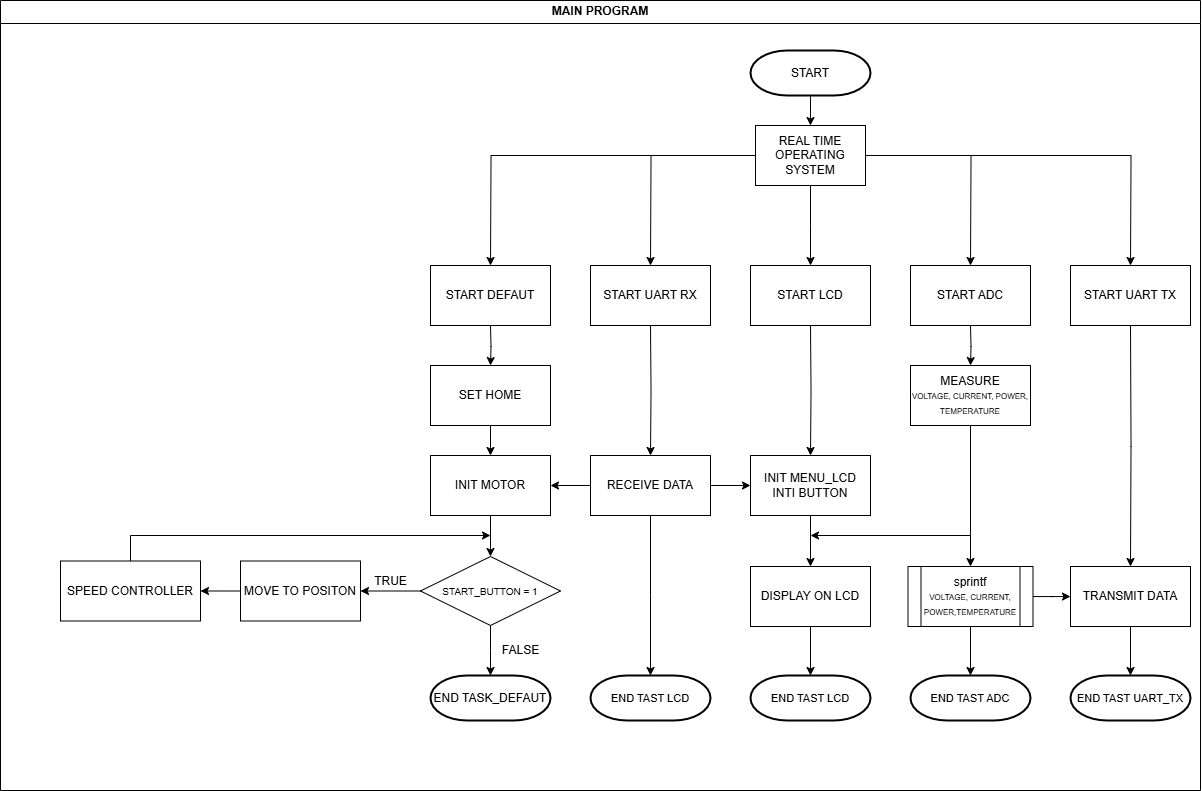
Quynguyen34/CNC-Drill-Graduation-Project keeps this draw.io diagram as FLOWCHART-VIE/FLOWCHART-MAIN-PROGRAM.png. Above is the earlier version. Source tidied: cells renumbered, new cells last; positions are measured from the earlier drawing's top-left corner, leaving out a move shared by most shapes.
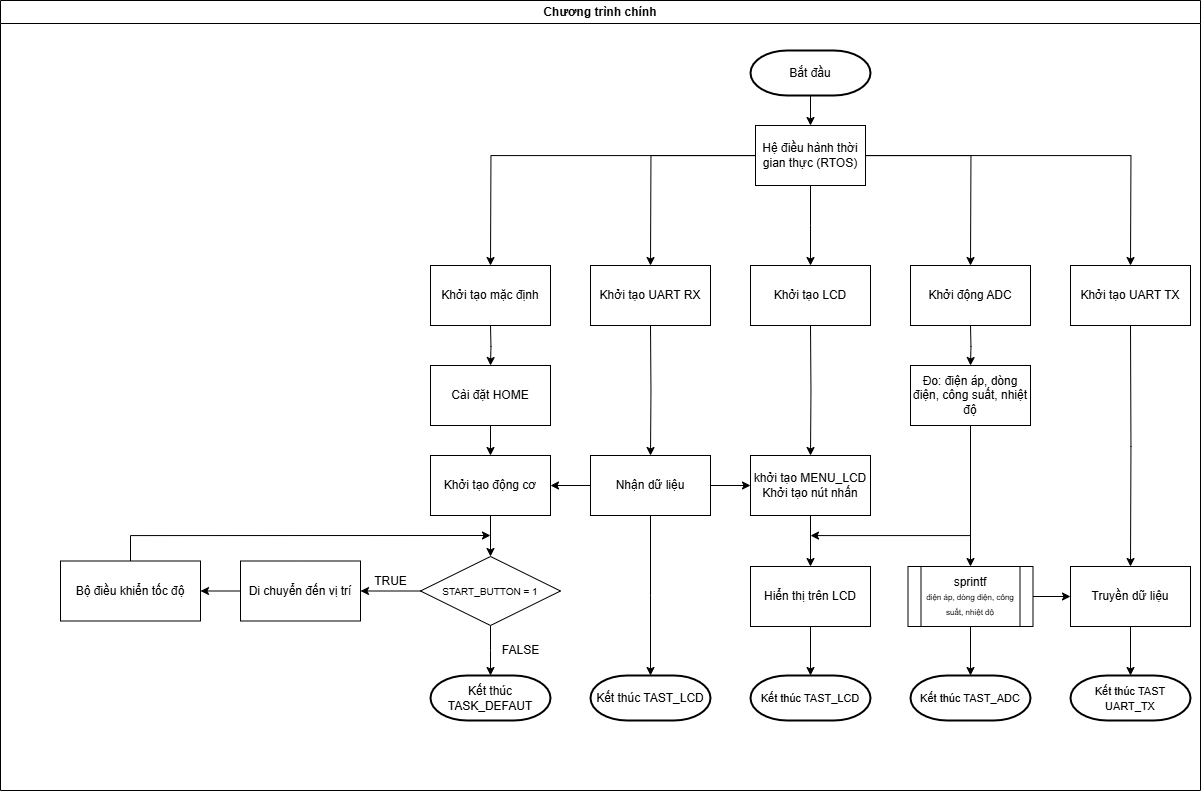
The same diagram one commit later.

Change to the diagram source:
```diff
@@ -16,13 +16,13 @@
     <mxCell id="4" style="edgeStyle=orthogonalEdgeStyle;rounded=0;jettySize=auto;html=1;" parent="1" edge="1" source="5" target="7">
       <mxGeometry relative="1" as="geometry" />
     </mxCell>
-    <mxCell id="5" value="SET HOME" style="rounded=0;whiteSpace=wrap;html=1;" parent="1" vertex="1">
+    <mxCell id="5" value="Cài đặt HOME" style="rounded=0;whiteSpace=wrap;html=1;" parent="1" vertex="1">
       <mxGeometry x="430" y="365" width="120" height="60" as="geometry" />
     </mxCell>
     <mxCell id="6" style="edgeStyle=orthogonalEdgeStyle;rounded=0;jettySize=auto;html=1;" parent="1" edge="1" source="7" target="10">
       <mxGeometry relative="1" as="geometry" />
     </mxCell>
-    <mxCell id="7" value="INIT MOTOR" style="rounded=0;whiteSpace=wrap;html=1;" parent="1" vertex="1">
+    <mxCell id="7" value="Khởi tạo động cơ" style="rounded=0;whiteSpace=wrap;html=1;" parent="1" vertex="1">
       <mxGeometry x="430" y="455" width="120" height="60" as="geometry" />
     </mxCell>
     <mxCell id="8" style="edgeStyle=orthogonalEdgeStyle;rounded=0;jettySize=auto;html=1;" parent="1" edge="1" source="10" target="13">
@@ -47,7 +47,7 @@
     <mxCell id="12" style="edgeStyle=orthogonalEdgeStyle;rounded=0;jettySize=auto;html=1;" parent="1" edge="1" source="13" target="16">
       <mxGeometry relative="1" as="geometry" />
     </mxCell>
-    <mxCell id="13" value="MOVE TO POSITON" style="rounded=0;whiteSpace=wrap;html=1;" parent="1" vertex="1">
+    <mxCell id="13" value="Di chuyển đến vị trí" style="rounded=0;whiteSpace=wrap;html=1;" parent="1" vertex="1">
       <mxGeometry x="240" y="560.5" width="120" height="60" as="geometry" />
     </mxCell>
     <mxCell id="14" value="TRUE" style="text;html=1;align=center;verticalAlign=middle;strokeColor=none;fillColor=none;" parent="1" vertex="1">
@@ -56,7 +56,7 @@
     <mxCell id="15" value="FALSE" style="text;html=1;align=center;verticalAlign=middle;strokeColor=none;fillColor=none;" parent="1" vertex="1">
       <mxGeometry x="490" y="635" width="60" height="30" as="geometry" />
     </mxCell>
-    <mxCell id="16" value="SPEED CONTROLLER" style="rounded=0;whiteSpace=wrap;html=1;" parent="1" vertex="1">
+    <mxCell id="16" value="Bộ điều khiển tốc độ" style="rounded=0;whiteSpace=wrap;html=1;" parent="1" vertex="1">
       <mxGeometry x="60" y="560.5" width="140" height="60" as="geometry" />
     </mxCell>
     <mxCell id="17" style="edgeStyle=orthogonalEdgeStyle;rounded=0;jettySize=auto;html=1;exitX=0.5;exitY=1;exitDx=0;exitDy=0;" parent="1" edge="1" source="30">
@@ -84,7 +84,7 @@
     <mxCell id="21" style="edgeStyle=orthogonalEdgeStyle;rounded=0;jettySize=auto;html=1;" parent="1" edge="1" source="22" target="25">
       <mxGeometry relative="1" as="geometry" />
     </mxCell>
-    <mxCell id="22" value="RECEIVE DATA" style="rounded=0;whiteSpace=wrap;html=1;" parent="1" vertex="1">
+    <mxCell id="22" value="Nhận dữ liệu" style="rounded=0;whiteSpace=wrap;html=1;" parent="1" vertex="1">
       <mxGeometry x="590" y="455" width="120" height="60" as="geometry" />
     </mxCell>
     <mxCell id="23" style="edgeStyle=orthogonalEdgeStyle;rounded=0;jettySize=auto;html=1;" parent="1" edge="1" target="25">
@@ -95,7 +95,7 @@
     <mxCell id="24" style="edgeStyle=orthogonalEdgeStyle;rounded=0;jettySize=auto;html=1;entryX=0.5;entryY=0;entryDx=0;entryDy=0;" parent="1" edge="1" source="25" target="27">
       <mxGeometry relative="1" as="geometry" />
     </mxCell>
-    <mxCell id="25" value="INIT MENU_LCD&lt;div&gt;INTI BUTTON&lt;/div&gt;" style="rounded=0;whiteSpace=wrap;html=1;direction=east;flipH=1;" parent="1" vertex="1">
+    <mxCell id="25" value="khởi tạo MENU_LCD&lt;div&gt;Khởi tạo nút nhấn&lt;/div&gt;" style="rounded=0;whiteSpace=wrap;html=1;direction=east;flipH=1;" parent="1" vertex="1">
       <mxGeometry x="750" y="455" width="120" height="60" as="geometry" />
     </mxCell>
     <mxCell id="26" style="edgeStyle=orthogonalEdgeStyle;rounded=0;jettySize=auto;html=1;" parent="1" edge="1" source="27">
@@ -103,7 +103,7 @@
         <mxPoint x="810" y="675" as="targetPoint" />
       </mxGeometry>
     </mxCell>
-    <mxCell id="27" value="DISPLAY ON LCD" style="rounded=0;whiteSpace=wrap;html=1;direction=east;flipH=1;" parent="1" vertex="1">
+    <mxCell id="27" value="Hiển thị trên LCD" style="rounded=0;whiteSpace=wrap;html=1;direction=east;flipH=1;" parent="1" vertex="1">
       <mxGeometry x="750" y="566" width="120" height="60" as="geometry" />
     </mxCell>
     <mxCell id="28" style="edgeStyle=orthogonalEdgeStyle;rounded=0;jettySize=auto;html=1;" parent="1" edge="1" target="30">
@@ -114,7 +114,7 @@
     <mxCell id="29" style="edgeStyle=orthogonalEdgeStyle;rounded=0;jettySize=auto;html=1;entryX=0.5;entryY=0;entryDx=0;entryDy=0;" parent="1" edge="1" source="30" target="33">
       <mxGeometry relative="1" as="geometry" />
     </mxCell>
-    <mxCell id="30" value="MEASURE&lt;div&gt;&lt;font style=&quot;font-size: 8px;&quot;&gt;VOLTAGE, CURRENT, POWER, TEMPERATURE&lt;/font&gt;&lt;/div&gt;" style="rounded=0;whiteSpace=wrap;html=1;direction=east;flipH=1;" parent="1" vertex="1">
+    <mxCell id="30" value="Đo: điện áp, dòng điện, công suất, nhiệt độ" style="rounded=0;whiteSpace=wrap;html=1;direction=east;flipH=1;" parent="1" vertex="1">
       <mxGeometry x="910" y="365" width="120" height="60" as="geometry" />
     </mxCell>
     <mxCell id="31" style="edgeStyle=orthogonalEdgeStyle;rounded=0;jettySize=auto;html=1;" parent="1" edge="1" source="33" target="36">
@@ -125,7 +125,7 @@
         <mxPoint x="970" y="675" as="targetPoint" />
       </mxGeometry>
     </mxCell>
-    <mxCell id="33" value="sprintf&lt;div&gt;&lt;font style=&quot;font-size: 8px;&quot;&gt;VOLTAGE, CURRENT, POWER,TEMPERATURE&lt;/font&gt;&lt;/div&gt;" style="shape=process;whiteSpace=wrap;html=1;backgroundOutline=1;direction=east;flipH=1;" parent="1" vertex="1">
+    <mxCell id="33" value="sprintf&lt;div&gt;&lt;span style=&quot;font-size: 8px;&quot;&gt;điện áp, dòng điện, công suất, nhiệt độ&lt;/span&gt;&lt;/div&gt;" style="shape=process;whiteSpace=wrap;html=1;backgroundOutline=1;direction=east;flipH=1;" parent="1" vertex="1">
       <mxGeometry x="907.5" y="566" width="125" height="60" as="geometry" />
     </mxCell>
     <mxCell id="34" style="edgeStyle=orthogonalEdgeStyle;rounded=0;jettySize=auto;html=1;" parent="1" edge="1" target="36">
@@ -138,46 +138,46 @@
         <mxPoint x="1130" y="675" as="targetPoint" />
       </mxGeometry>
     </mxCell>
-    <mxCell id="36" value="TRANSMIT DATA" style="rounded=0;whiteSpace=wrap;html=1;direction=east;flipH=1;" parent="1" vertex="1">
+    <mxCell id="36" value="Truyền dữ liệu" style="rounded=0;whiteSpace=wrap;html=1;direction=east;flipH=1;" parent="1" vertex="1">
       <mxGeometry x="1070" y="566" width="120" height="60" as="geometry" />
     </mxCell>
-    <mxCell id="37" value="MAIN PROGRAM" style="swimlane;whiteSpace=wrap;html=1;" parent="1" vertex="1">
+    <mxCell id="37" value="Chương trình chính" style="swimlane;whiteSpace=wrap;html=1;" parent="1" vertex="1">
       <mxGeometry width="1200" height="790" as="geometry" />
     </mxCell>
-    <mxCell id="38" value="START" style="strokeWidth=2;html=1;shape=mxgraph.flowchart.terminator;whiteSpace=wrap;" parent="37" vertex="1">
+    <mxCell id="38" value="Bắt đầu" style="strokeWidth=2;html=1;shape=mxgraph.flowchart.terminator;whiteSpace=wrap;" parent="37" vertex="1">
       <mxGeometry x="750" y="50" width="120" height="45" as="geometry" />
     </mxCell>
-    <mxCell id="39" value="REAL TIME OPERATING SYSTEM" style="rounded=0;whiteSpace=wrap;html=1;" parent="37" vertex="1">
+    <mxCell id="39" value="Hệ điều hành thời gian thực (RTOS)" style="rounded=0;whiteSpace=wrap;html=1;" parent="37" vertex="1">
       <mxGeometry x="755" y="125" width="110" height="60" as="geometry" />
     </mxCell>
-    <mxCell id="40" value="START DEFAUT" style="rounded=0;whiteSpace=wrap;html=1;" parent="37" vertex="1">
+    <mxCell id="40" value="Khởi tạo mặc định" style="rounded=0;whiteSpace=wrap;html=1;" parent="37" vertex="1">
       <mxGeometry x="430" y="265" width="120" height="60" as="geometry" />
     </mxCell>
-    <mxCell id="41" value="START UART RX" style="rounded=0;whiteSpace=wrap;html=1;" parent="37" vertex="1">
+    <mxCell id="41" value="Khởi tạo UART RX" style="rounded=0;whiteSpace=wrap;html=1;" parent="37" vertex="1">
       <mxGeometry x="590" y="265" width="120" height="60" as="geometry" />
     </mxCell>
-    <mxCell id="42" value="START LCD" style="rounded=0;whiteSpace=wrap;html=1;" parent="37" vertex="1">
+    <mxCell id="42" value="Khởi tạo LCD" style="rounded=0;whiteSpace=wrap;html=1;" parent="37" vertex="1">
       <mxGeometry x="750" y="265" width="120" height="60" as="geometry" />
     </mxCell>
-    <mxCell id="43" value="START ADC" style="rounded=0;whiteSpace=wrap;html=1;" parent="37" vertex="1">
+    <mxCell id="43" value="Khởi động ADC" style="rounded=0;whiteSpace=wrap;html=1;" parent="37" vertex="1">
       <mxGeometry x="910" y="265" width="120" height="60" as="geometry" />
     </mxCell>
-    <mxCell id="44" value="START UART TX" style="rounded=0;whiteSpace=wrap;html=1;" parent="37" vertex="1">
+    <mxCell id="44" value="Khởi tạo UART TX" style="rounded=0;whiteSpace=wrap;html=1;" parent="37" vertex="1">
       <mxGeometry x="1070" y="265" width="120" height="60" as="geometry" />
     </mxCell>
-    <mxCell id="45" value="END TASK_DEFAUT" style="strokeWidth=2;html=1;shape=mxgraph.flowchart.terminator;whiteSpace=wrap;" parent="37" vertex="1">
+    <mxCell id="45" value="Kết thúc TASK_DEFAUT" style="strokeWidth=2;html=1;shape=mxgraph.flowchart.terminator;whiteSpace=wrap;" parent="37" vertex="1">
       <mxGeometry x="430" y="675" width="120" height="45" as="geometry" />
     </mxCell>
-    <mxCell id="46" value="&lt;span style=&quot;font-size: 11px;&quot;&gt;END TAST LCD&lt;/span&gt;" style="strokeWidth=2;html=1;shape=mxgraph.flowchart.terminator;whiteSpace=wrap;" parent="37" vertex="1">
+    <mxCell id="46" value="&lt;font style=&quot;font-size: 12px;&quot;&gt;Kết thúc TAST_LCD&lt;/font&gt;" style="strokeWidth=2;html=1;shape=mxgraph.flowchart.terminator;whiteSpace=wrap;" parent="37" vertex="1">
       <mxGeometry x="590" y="675" width="120" height="45" as="geometry" />
     </mxCell>
-    <mxCell id="47" value="&lt;span style=&quot;font-size: 11px;&quot;&gt;END TAST LCD&lt;/span&gt;" style="strokeWidth=2;html=1;shape=mxgraph.flowchart.terminator;whiteSpace=wrap;" parent="37" vertex="1">
+    <mxCell id="47" value="&lt;span style=&quot;font-size: 11px;&quot;&gt;Kết thúc TAST_LCD&lt;/span&gt;" style="strokeWidth=2;html=1;shape=mxgraph.flowchart.terminator;whiteSpace=wrap;" parent="37" vertex="1">
       <mxGeometry x="750" y="675" width="120" height="45" as="geometry" />
     </mxCell>
-    <mxCell id="48" value="&lt;span style=&quot;font-size: 11px;&quot;&gt;END TAST ADC&lt;/span&gt;" style="strokeWidth=2;html=1;shape=mxgraph.flowchart.terminator;whiteSpace=wrap;" parent="37" vertex="1">
+    <mxCell id="48" value="&lt;span style=&quot;font-size: 11px;&quot;&gt;Kết thúc TAST_ADC&lt;/span&gt;" style="strokeWidth=2;html=1;shape=mxgraph.flowchart.terminator;whiteSpace=wrap;" parent="37" vertex="1">
       <mxGeometry x="910" y="675" width="120" height="45" as="geometry" />
     </mxCell>
-    <mxCell id="49" value="&lt;span style=&quot;font-size: 11px;&quot;&gt;END TAST UART_TX&lt;/span&gt;" style="strokeWidth=2;html=1;shape=mxgraph.flowchart.terminator;whiteSpace=wrap;" parent="37" vertex="1">
+    <mxCell id="49" value="&lt;span style=&quot;font-size: 11px;&quot;&gt;Kết thúc TAST UART_TX&lt;/span&gt;" style="strokeWidth=2;html=1;shape=mxgraph.flowchart.terminator;whiteSpace=wrap;" parent="37" vertex="1">
       <mxGeometry x="1070" y="675" width="120" height="45" as="geometry" />
     </mxCell>
     <mxCell id="50" style="edgeStyle=orthogonalEdgeStyle;rounded=0;jettySize=auto;html=1;" parent="1" edge="1" source="39">
```
